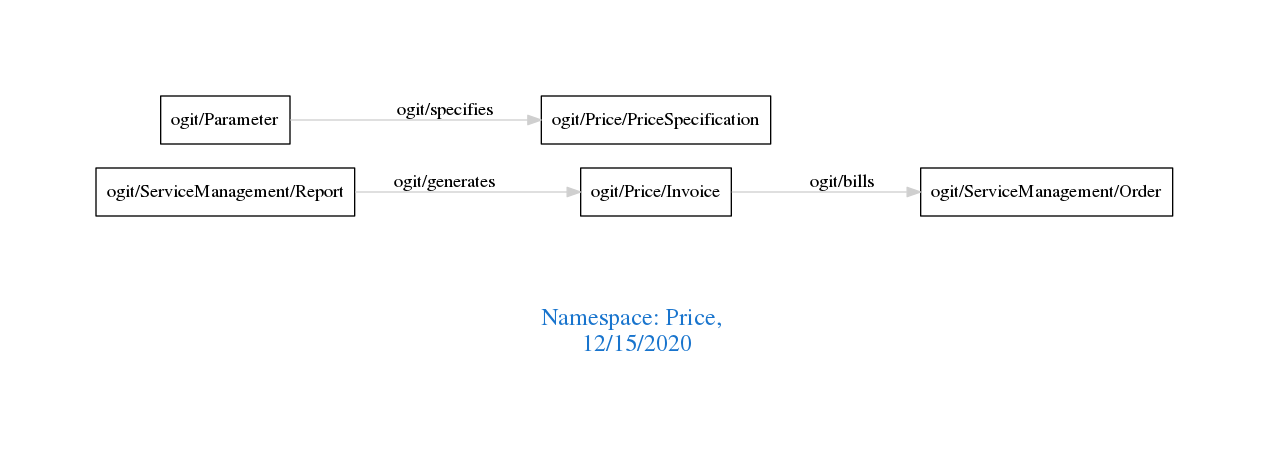
arago/OGIT keeps this Graphviz diagram as downloads/Price.png. Above is the earlier version. Its source is kept beside it as downloads/Price.dot.
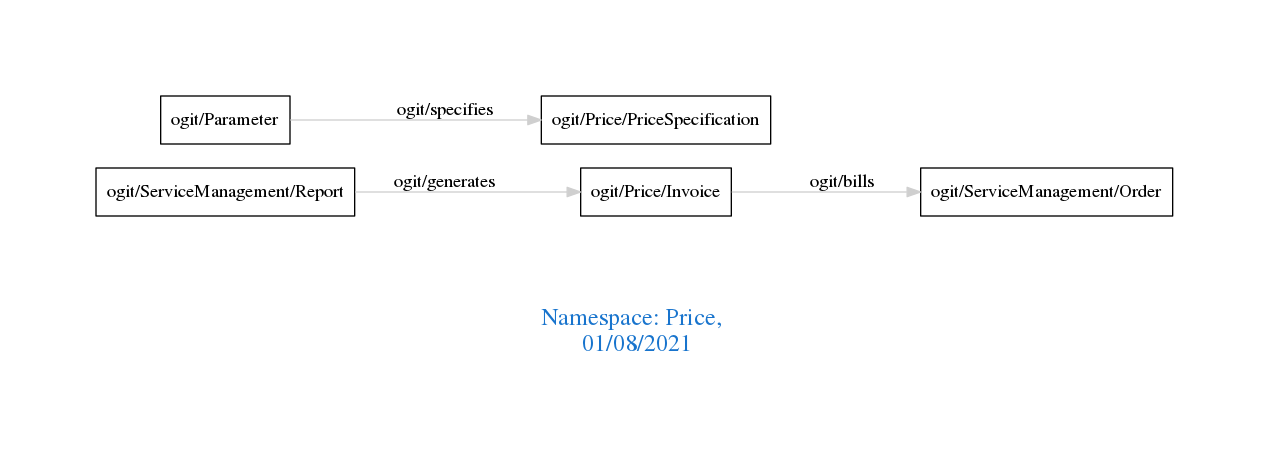
Later version of the same file.

The edit, as a diff of the source:
```diff
@@ -1,7 +1,7 @@
 digraph OGIT_ontology {
  graph [ rankdir= LR,pad=1
 fontsize = 18,
-fontcolor= dodgerblue3,label = "\n\n\nNamespace: Price, \n 12/15/2020"];
+fontcolor= dodgerblue3,label = "\n\n\nNamespace: Price, \n 01/08/2021"];
 node[shape=polygon];
 edge [  color="gray81"];
 
```
